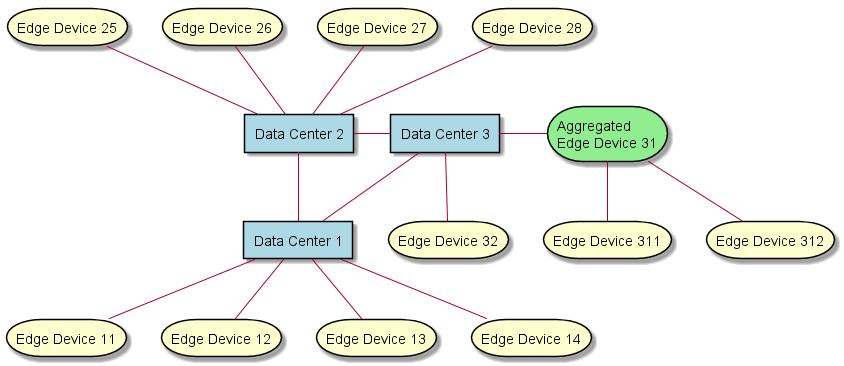
CAADE/edgeville keeps this PlantUML diagram as docs/ControlTopologies.png. Above is the earlier version. The source it was exported from:
```plantuml
@startuml
    rectangle "Data Center 1" as C1 #lightblue
    rectangle "Data Center 2" as C2 #lightblue
    rectangle "Data Center 3" as CA #lightblue

    storage "Edge Device 11" as C3
    storage "Edge Device 12" as C4
    storage "Edge Device 13" as C5
    storage "Edge Device 14" as C6
    storage "Edge Device 25" as C7
    storage "Edge Device 26" as C8
    storage "Edge Device 27" as C9
    storage "Edge Device 28" as C10
    storage "Aggregated\nEdge Device 31" as CA3 #lightgreen
    storage "Edge Device 32" as CA4
    storage "Edge Device 311" as CA5
    storage "Edge Device 312" as CA6

    C2 -- C1
    CA -- C1
    C2 - CA
    C1 -- C3
    C1 -- C4
    C1 -- C5
    C1 -- C6
    C7 -- C2
    C8 -- C2
    C9 -- C2
    C10 -- C2

    CA - CA3
    CA -- CA4
    CA3 -- CA5
    CA3 -- CA6
@enduml
```
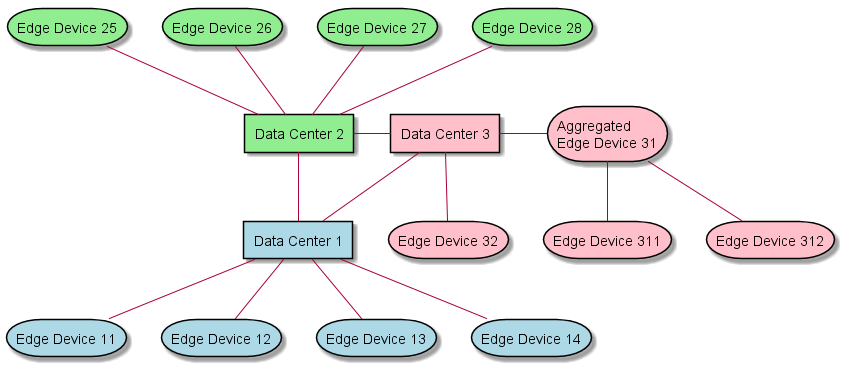
After the commit.

The edit, as a diff of the source:
```diff
@@ -1,20 +1,20 @@
 @startuml
     rectangle "Data Center 1" as C1 #lightblue
-    rectangle "Data Center 2" as C2 #lightblue
-    rectangle "Data Center 3" as CA #lightblue
+    rectangle "Data Center 2" as C2 #lightgreen
+    rectangle "Data Center 3" as CA #pink
 
-    storage "Edge Device 11" as C3
-    storage "Edge Device 12" as C4
-    storage "Edge Device 13" as C5
-    storage "Edge Device 14" as C6
-    storage "Edge Device 25" as C7
-    storage "Edge Device 26" as C8
-    storage "Edge Device 27" as C9
-    storage "Edge Device 28" as C10
-    storage "Aggregated\nEdge Device 31" as CA3 #lightgreen
-    storage "Edge Device 32" as CA4
-    storage "Edge Device 311" as CA5
-    storage "Edge Device 312" as CA6
+    storage "Edge Device 11" as C3 #lightblue
+    storage "Edge Device 12" as C4 #lightblue
+    storage "Edge Device 13" as C5 #lightblue
+    storage "Edge Device 14" as C6 #lightblue
+    storage "Edge Device 25" as C7 #lightgreen
+    storage "Edge Device 26" as C8 #lightgreen
+    storage "Edge Device 27" as C9 #lightgreen
+    storage "Edge Device 28" as C10 #lightgreen
+    storage "Aggregated\nEdge Device 31" as CA3 #pink
+    storage "Edge Device 32" as CA4 #pink
+    storage "Edge Device 311" as CA5 #pink
+    storage "Edge Device 312" as CA6 #pink
 
     C2 -- C1
     CA -- C1
```
